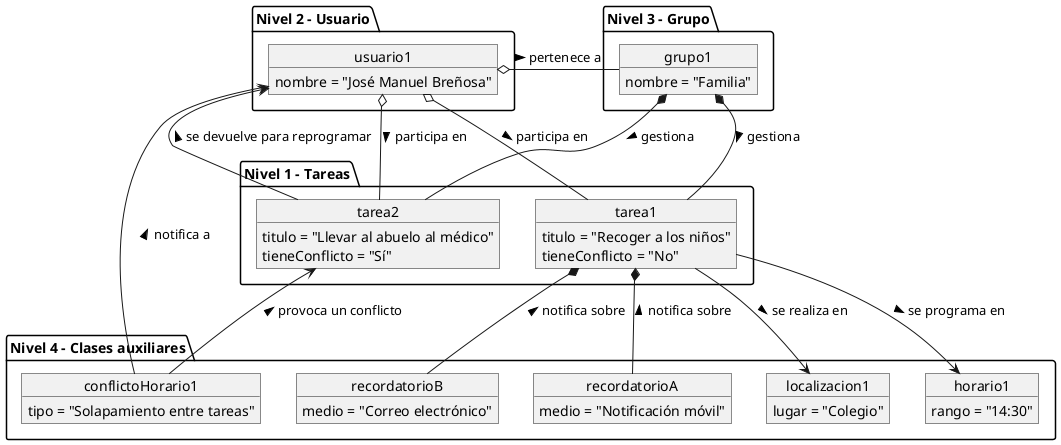
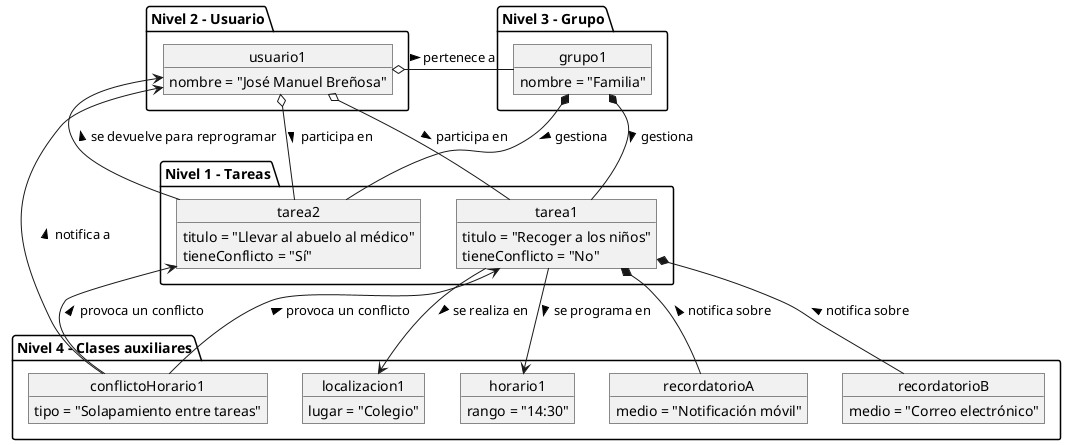
@startuml Diagrama de Objetos - Conflicto Horario
top to bottom direction
skinparam classAttributeIconSize 0

' Nivel 1: Tareas
package "Nivel 1 - Tareas" {
  object tarea1 {
    titulo = "Recoger a los niños"
    tieneConflicto = "No"
  }

  object tarea2 {
    titulo = "Llevar al abuelo al médico"
    tieneConflicto = "Sí"
  }
}

' Nivel 2: Usuario
package "Nivel 2 - Usuario" {
  object usuario1 {
    nombre = "José Manuel Breñosa"
  }
}

' Nivel 3: Grupo
package "Nivel 3 - Grupo" {
  object grupo1 {
    nombre = "Familia"
  }
}

' Nivel 4: Entidades externas
package "Nivel 4 - Clases auxiliares" {

  object conflictoHorario1 {
    tipo = "Solapamiento entre tareas"
  }

  ' Varios recordatorios posibles
  object recordatorioA {
    medio = "Notificación móvil"
  }

  object recordatorioB {
    medio = "Correo electrónico"
  }

  object localizacion1 {
    lugar = "Colegio"
  }

  object horario1 {
    rango = "14:30"
  }
}

' Relaciones principales
grupo1 *-- tarea1 : gestiona >
grupo1 *-- tarea2 : gestiona >

usuario1 o-- tarea1 : participa en >
usuario1 o-- tarea2 : participa en >
usuario1 o-- grupo1 : pertenece a >

' Relaciones externas para tarea sin conflicto
tarea1 --> localizacion1 : se realiza en >
tarea1 --> horario1 : se programa en >

' Recordatorios asociados a la tarea sin conflicto (varios)
tarea1 *-- recordatorioA : notifica sobre <
tarea1 *-- recordatorioB : notifica sobre <

' Relaciones para la tarea con conflicto
tarea2 <-- conflictoHorario1 : provoca un conflicto <
+ tarea1 <-- conflictoHorario1 : provoca un conflicto <
conflictoHorario1 --> usuario1 : notifica a >
tarea2 --> usuario1 : se devuelve para reprogramar >

@enduml
